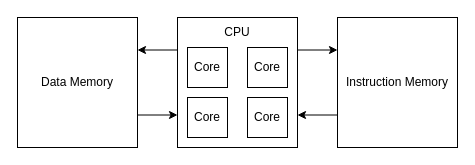
The draw.io diagram harvard.drawio in Mast3rwaf1z/p4, before the edit. Source tidied: cells renumbered, new cells numbered last; positions are measured from the earlier drawing's top-left corner, leaving out a move shared by most shapes. Both pictures are drawn from the tidied source at 100%, with x=0, y=0 at pixel (17, 17).
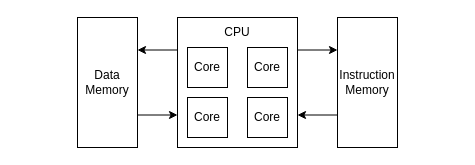
After the change.

What changed in the source:
```diff
@@
 <mxGraphModel>
   <root>
     <mxCell id="0" />
     <mxCell id="1" parent="0" />
     <mxCell id="2" style="edgeStyle=orthogonalEdgeStyle;rounded=0;jettySize=auto;html=1;exitX=1;exitY=0.75;exitDx=0;exitDy=0;entryX=0;entryY=0.75;entryDx=0;entryDy=0;" parent="1" edge="1" source="3" target="6">
       <mxGeometry relative="1" as="geometry" />
     </mxCell>
-    <mxCell id="3" value="Data Memory" style="rounded=0;whiteSpace=wrap;html=1;" parent="1" vertex="1">
-      <mxGeometry width="120" height="130" as="geometry" />
+    <mxCell id="3" value="&lt;div&gt;Data&lt;/div&gt;&lt;div&gt;Memory&lt;/div&gt;" style="rounded=0;whiteSpace=wrap;html=1;" parent="1" vertex="1">
+      <mxGeometry x="60" width="60" height="130" as="geometry" />
     </mxCell>
     <mxCell id="4" style="edgeStyle=orthogonalEdgeStyle;rounded=0;jettySize=auto;html=1;exitX=0;exitY=0.25;exitDx=0;exitDy=0;entryX=1;entryY=0.25;entryDx=0;entryDy=0;" parent="1" edge="1" source="6" target="3">
       <mxGeometry relative="1" as="geometry" />
     </mxCell>
     <mxCell id="5" style="edgeStyle=orthogonalEdgeStyle;rounded=0;jettySize=auto;html=1;exitX=1;exitY=0.25;exitDx=0;exitDy=0;entryX=0;entryY=0.25;entryDx=0;entryDy=0;" parent="1" edge="1" source="6" target="8">
       <mxGeometry relative="1" as="geometry" />
     </mxCell>
     <mxCell id="6" value="&lt;div&gt;CPU&lt;/div&gt;&lt;div&gt;&lt;br&gt;&lt;/div&gt;&lt;div&gt;&lt;br&gt;&lt;/div&gt;&lt;div&gt;&lt;br&gt;&lt;/div&gt;&lt;div&gt;&lt;br&gt;&lt;/div&gt;&lt;div&gt;&lt;br&gt;&lt;/div&gt;&lt;div&gt;&lt;br&gt;&lt;/div&gt;&lt;div&gt;&lt;br&gt;&lt;/div&gt;" style="rounded=0;whiteSpace=wrap;html=1;" parent="1" vertex="1">
       <mxGeometry x="160" width="120" height="130" as="geometry" />
     </mxCell>
     <mxCell id="7" style="edgeStyle=orthogonalEdgeStyle;rounded=0;jettySize=auto;html=1;exitX=0;exitY=0.75;exitDx=0;exitDy=0;entryX=1;entryY=0.75;entryDx=0;entryDy=0;" parent="1" edge="1" source="8" target="6">
       <mxGeometry relative="1" as="geometry" />
     </mxCell>
-    <mxCell id="8" value="Instruction Memory" style="rounded=0;whiteSpace=wrap;html=1;" parent="1" vertex="1">
-      <mxGeometry x="320" width="120" height="130" as="geometry" />
+    <mxCell id="8" value="&lt;div&gt;Instruction&lt;/div&gt;&lt;div&gt;Memory&lt;/div&gt;" style="rounded=0;whiteSpace=wrap;html=1;" parent="1" vertex="1">
+      <mxGeometry x="320" width="60" height="130" as="geometry" />
     </mxCell>
     <mxCell id="9" value="Core" style="rounded=0;whiteSpace=wrap;html=1;" parent="1" vertex="1">
       <mxGeometry x="170" y="30" width="40" height="40" as="geometry" />
     </mxCell>
     <mxCell id="10" value="Core" style="rounded=0;whiteSpace=wrap;html=1;" parent="1" vertex="1">
       <mxGeometry x="230" y="30" width="40" height="40" as="geometry" />
     </mxCell>
     <mxCell id="11" value="Core" style="rounded=0;whiteSpace=wrap;html=1;" parent="1" vertex="1">
       <mxGeometry x="170" y="80" width="40" height="40" as="geometry" />
     </mxCell>
     <mxCell id="12" value="Core" style="rounded=0;whiteSpace=wrap;html=1;" parent="1" vertex="1">
       <mxGeometry x="230" y="80" width="40" height="40" as="geometry" />
     </mxCell>
   </root>
 </mxGraphModel>
```
